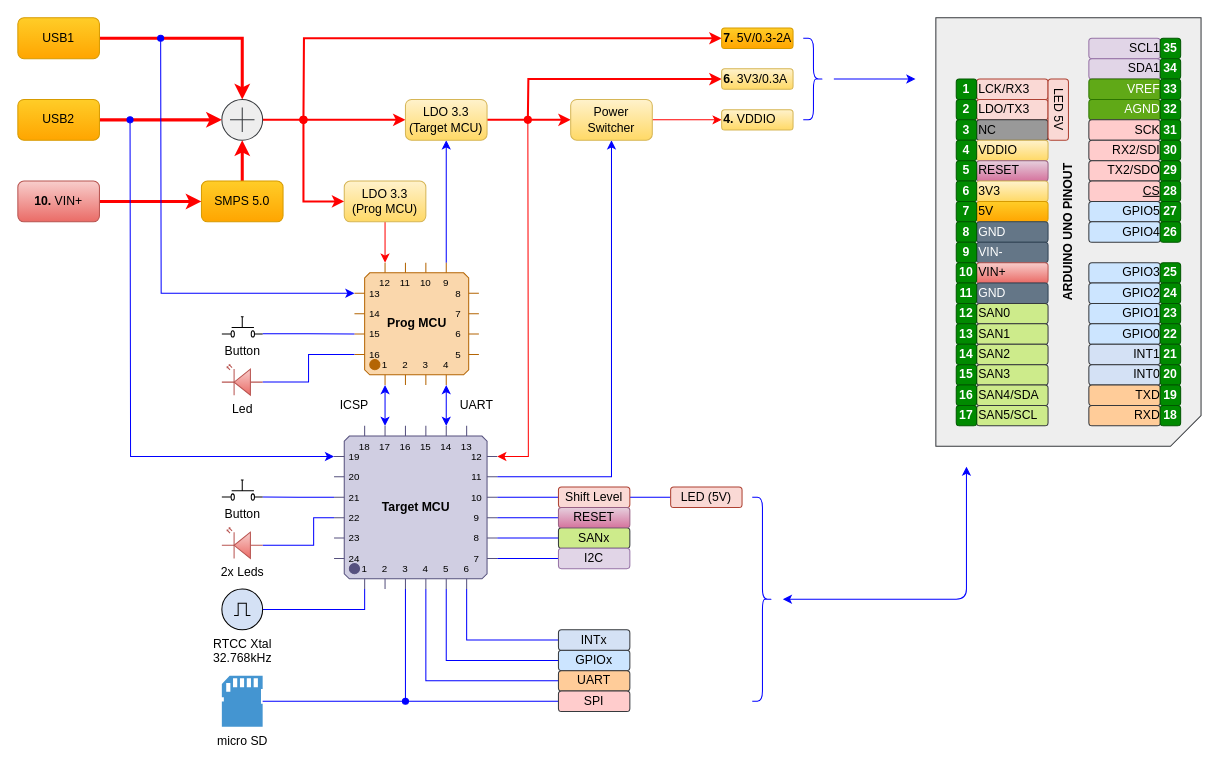
The draw.io diagram page "Diagram" (1 of 2) of Docs/PIC32DevKit Diagram.drawio in sampidevkit/PIC32DevKit, before the edit. Source tidied: cells renumbered, new cells numbered last; positions are measured from the earlier drawing's top-left corner, leaving out a move shared by most shapes. Both pictures are drawn from the tidied source at 102%, with x=0, y=0 at pixel (17, 17).
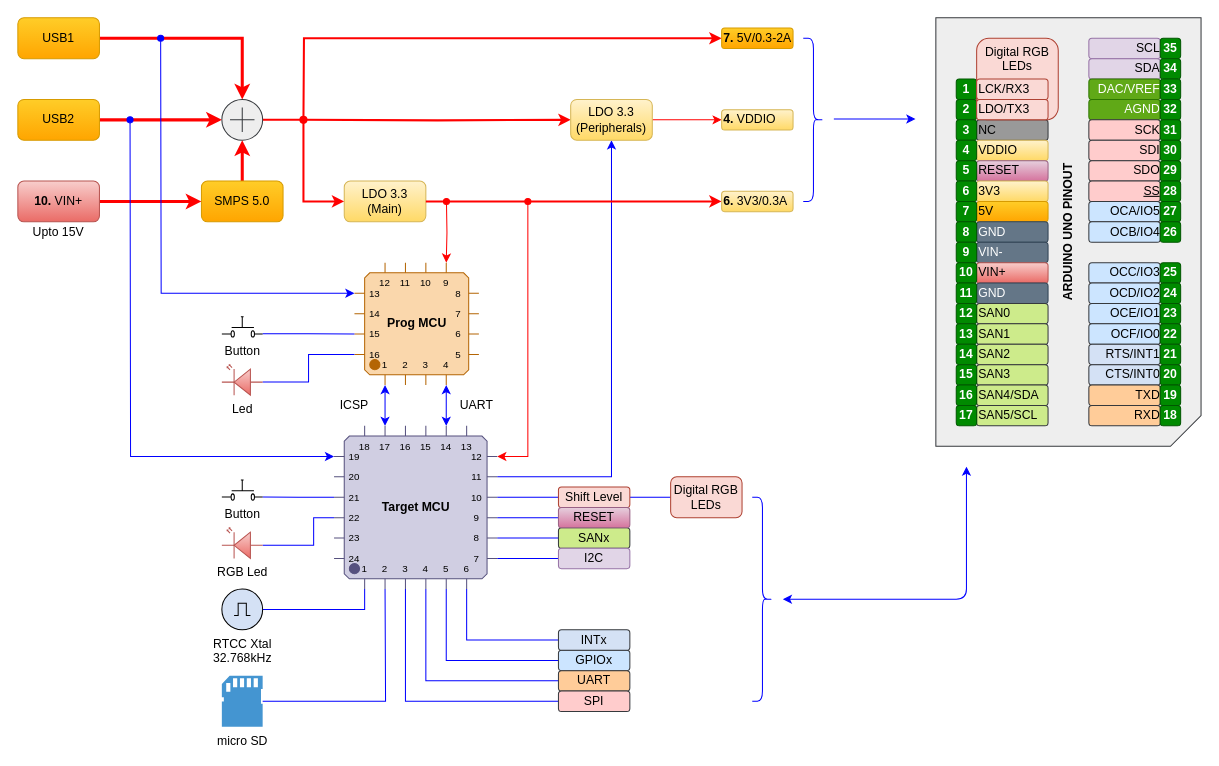
The same page after the edit.

Unchanged cells that the change refers to:
```xml
<mxCell id="14" value="Prog MCU" style="shadow=0;dashed=0;align=center;html=1;strokeWidth=1;shape=mxgraph.electrical.logic_gates.qfp_ic;labelNames=a,b,c,d,e,f,g,h,i,j,k,l,m,n,o,p,q,r,s,t,u,v,w,x,y,z,a1,b1,c1,d1,e1,f1,g1,h1,i1,j1,k1,l1,m1,n1;fillColor=#fad7ac;strokeColor=#b46504;fontStyle=1;" parent="1" vertex="1">
  <mxGeometry x="330" y="240" width="122" height="120" as="geometry" />
</mxCell>
<mxCell id="30" value="Target MCU" style="shadow=0;dashed=0;align=center;html=1;strokeWidth=1;shape=mxgraph.electrical.logic_gates.qfp_ic;labelNames=a,b,c,d,e,f,g,h,i,j,k,l,m,n,o,p,q,r,s,t,u,v,w,x,y,z,a1,b1,c1,d1,e1,f1,g1,h1,i1,j1,k1,l1,m1,n1;fillColor=#d0cee2;strokeColor=#56517e;fontStyle=1;" parent="1" vertex="1">
  <mxGeometry x="310" y="400" width="160" height="160" as="geometry" />
</mxCell>
<mxCell id="36" value="micro SD" style="shadow=0;dashed=0;html=1;strokeColor=none;fillColor=#4495D1;labelPosition=center;verticalLabelPosition=bottom;verticalAlign=top;align=center;outlineConnect=0;shape=mxgraph.veeam.sd_card;" parent="1" vertex="1">
  <mxGeometry x="200" y="645" width="40" height="50" as="geometry" />
</mxCell>
```

What changed in the source:
```diff
@@
-    <mxCell id="10" style="edgeStyle=orthogonalEdgeStyle;rounded=0;jettySize=auto;html=1;entryX=0;entryY=0;entryDx=30;entryDy=0;entryPerimeter=0;fontColor=#000000;startArrow=none;startFill=0;endArrow=classic;endFill=1;strokeColor=#FF0000;strokeWidth=1;" parent="1" edge="1" source="11" target="14">
-      <mxGeometry relative="1" as="geometry" />
-    </mxCell>
-    <mxCell id="11" value="LDO 3.3&lt;br&gt;(Prog MCU)" style="rounded=1;whiteSpace=wrap;html=1;fillColor=#fff2cc;strokeColor=#d6b656;gradientColor=#ffd966;" parent="1" vertex="1">
+    <mxCell id="11" value="LDO 3.3&lt;br&gt;(Main)" style="rounded=1;whiteSpace=wrap;html=1;fillColor=#fff2cc;strokeColor=#d6b656;gradientColor=#ffd966;" parent="1" vertex="1">
       <mxGeometry x="320" y="160" width="80" height="40" as="geometry" />
     </mxCell>
-    <mxCell id="12" style="edgeStyle=orthogonalEdgeStyle;rounded=0;jettySize=auto;html=1;exitX=0;exitY=0;exitDx=90;exitDy=0;exitPerimeter=0;entryX=0.5;entryY=1;entryDx=0;entryDy=0;fontColor=#000000;startArrow=none;startFill=0;endArrow=classic;endFill=1;strokeWidth=1;strokeColor=#0000FF;" parent="1" edge="1" source="14" target="41">
-      <mxGeometry relative="1" as="geometry" />
-    </mxCell>
@@
+    <mxCell id="141" style="edgeStyle=orthogonalEdgeStyle;rounded=0;jettySize=auto;html=1;exitX=0;exitY=0;exitDx=90;exitDy=0;exitPerimeter=0;startArrow=oval;startFill=1;entryX=0;entryY=0;entryDx=90;entryDy=0;entryPerimeter=0;strokeColor=#FF0000;" parent="1" edge="1" target="14">
+      <mxGeometry relative="1" as="geometry">
+        <mxPoint x="420.2" y="180" as="sourcePoint" />
+      </mxGeometry>
+    </mxCell>
@@
-    <mxCell id="18" style="edgeStyle=orthogonalEdgeStyle;rounded=0;jettySize=auto;html=1;exitX=1;exitY=0;exitDx=0;exitDy=30;exitPerimeter=0;fontColor=#000000;startArrow=classic;startFill=1;endArrow=none;endFill=0;strokeWidth=1;strokeColor=#FF0000;" parent="1" edge="1" source="30">
+    <mxCell id="18" style="edgeStyle=orthogonalEdgeStyle;rounded=0;jettySize=auto;html=1;exitX=1;exitY=0;exitDx=0;exitDy=30;exitPerimeter=0;fontColor=#000000;startArrow=classic;startFill=1;endArrow=oval;endFill=1;strokeWidth=1;strokeColor=#FF0000;" parent="1" edge="1" source="30">
       <mxGeometry relative="1" as="geometry">
-        <mxPoint x="500" y="101.4" as="targetPoint" />
+        <mxPoint x="500" y="180" as="targetPoint" />
+        <Array as="points">
+          <mxPoint x="500" y="430" />
+          <mxPoint x="500" y="180" />
+        </Array>
       </mxGeometry>
     </mxCell>
@@
-    <mxCell id="35" style="edgeStyle=orthogonalEdgeStyle;rounded=0;jettySize=auto;html=1;fontSize=12;fontColor=#000000;startArrow=none;startFill=0;endArrow=oval;endFill=1;strokeColor=#0000FF;strokeWidth=1;" parent="1" edge="1" source="36">
+    <mxCell id="35" style="edgeStyle=orthogonalEdgeStyle;rounded=0;jettySize=auto;html=1;fontSize=12;fontColor=#000000;startArrow=none;startFill=0;endArrow=none;endFill=0;strokeColor=#0000FF;strokeWidth=1;" parent="1" edge="1" source="36">
       <mxGeometry relative="1" as="geometry">
-        <mxPoint x="380" y="670" as="targetPoint" />
+        <mxPoint x="360" y="560" as="targetPoint" />
       </mxGeometry>
     </mxCell>
@@
-    <mxCell id="39" style="edgeStyle=orthogonalEdgeStyle;rounded=0;jettySize=auto;html=1;fontColor=#000000;startArrow=oval;startFill=1;strokeWidth=2;strokeColor=#FF0000;" parent="1" edge="1" target="41">
-      <mxGeometry relative="1" as="geometry">
-        <mxPoint x="280" y="100" as="sourcePoint" />
-        <Array as="points">
-          <mxPoint x="280" y="100" />
-        </Array>
-      </mxGeometry>
-    </mxCell>
-    <mxCell id="40" style="edgeStyle=orthogonalEdgeStyle;rounded=0;jettySize=auto;html=1;entryX=0;entryY=0.5;entryDx=0;entryDy=0;fontColor=#000000;strokeWidth=2;strokeColor=#FF0000;" parent="1" edge="1" source="41" target="43">
-      <mxGeometry relative="1" as="geometry" />
+    <mxCell id="40" style="edgeStyle=orthogonalEdgeStyle;rounded=0;jettySize=auto;html=1;entryX=0;entryY=0.5;entryDx=0;entryDy=0;fontColor=#000000;strokeWidth=2;strokeColor=#FF0000;" parent="1" edge="1" target="43">
+      <mxGeometry relative="1" as="geometry">
+        <mxPoint x="280" y="100" as="sourcePoint" />
+      </mxGeometry>
     </mxCell>
-    <mxCell id="41" value="LDO 3.3&lt;br&gt;(Target MCU)" style="rounded=1;whiteSpace=wrap;html=1;fillColor=#fff2cc;strokeColor=#d6b656;gradientColor=#ffd966;" parent="1" vertex="1">
-      <mxGeometry x="380" y="80" width="80" height="40" as="geometry" />
-    </mxCell>
@@
-    <mxCell id="43" value="Power&lt;br&gt;Switcher" style="rounded=1;whiteSpace=wrap;html=1;fillColor=#fff2cc;strokeColor=#d6b656;gradientColor=#ffd966;" parent="1" vertex="1">
+    <mxCell id="43" value="LDO 3.3&lt;br&gt;(Peripherals)" style="rounded=1;whiteSpace=wrap;html=1;fillColor=#fff2cc;strokeColor=#d6b656;gradientColor=#ffd966;" parent="1" vertex="1">
       <mxGeometry x="542" y="80" width="80" height="40" as="geometry" />
     </mxCell>
@@
-    <mxCell id="45" style="edgeStyle=orthogonalEdgeStyle;rounded=0;jettySize=auto;html=1;fontColor=#000000;endArrow=oval;endFill=1;startArrow=classic;startFill=1;strokeWidth=2;strokeColor=#FF0000;" parent="1" edge="1" source="46">
-      <mxGeometry relative="1" as="geometry">
-        <mxPoint x="500" y="100" as="targetPoint" />
-      </mxGeometry>
+    <mxCell id="45" style="edgeStyle=orthogonalEdgeStyle;rounded=0;jettySize=auto;html=1;fontColor=#000000;endArrow=none;endFill=0;startArrow=classic;startFill=1;strokeWidth=2;strokeColor=#FF0000;entryX=1;entryY=0.5;entryDx=0;entryDy=0;" parent="1" edge="1" source="46" target="11">
+      <mxGeometry relative="1" as="geometry" />
     </mxCell>
     <mxCell id="46" value="&lt;b&gt;6. &lt;/b&gt;3V3/0.3A" style="rounded=1;whiteSpace=wrap;html=1;textDirection=ltr;align=left;fillColor=#fff2cc;strokeColor=#d6b656;gradientColor=#ffd966;" parent="1" vertex="1">
-      <mxGeometry x="690" y="50" width="70" height="20" as="geometry" />
+      <mxGeometry x="690" y="170" width="70" height="20" as="geometry" />
     </mxCell>
@@
-    <mxCell id="50" value="2x Leds" style="verticalLabelPosition=bottom;shadow=0;dashed=0;align=center;html=1;verticalAlign=top;shape=mxgraph.electrical.opto_electronics.led_2;gradientColor=#ea6b66;fillColor=#f8cecc;strokeColor=#b85450;flipH=1;" parent="1" vertex="1">
+    <mxCell id="50" value="RGB Led" style="verticalLabelPosition=bottom;shadow=0;dashed=0;align=center;html=1;verticalAlign=top;shape=mxgraph.electrical.opto_electronics.led_2;gradientColor=#ea6b66;fillColor=#f8cecc;strokeColor=#b85450;flipH=1;" parent="1" vertex="1">
       <mxGeometry x="200" y="500" width="40" height="30" as="geometry" />
     </mxCell>
@@
-    <mxCell id="55" value="LCK/RX3" style="rounded=1;whiteSpace=wrap;html=1;textDirection=ltr;align=left;fillColor=#fad9d5;strokeColor=#ae4132;" parent="1" vertex="1">
-      <mxGeometry x="940" y="60" width="70" height="20" as="geometry" />
-    </mxCell>
-    <mxCell id="56" value="LDO/TX3" style="rounded=1;whiteSpace=wrap;html=1;textDirection=ltr;align=left;fillColor=#fad9d5;strokeColor=#ae4132;" parent="1" vertex="1">
-      <mxGeometry x="940" y="80" width="70" height="20" as="geometry" />
-    </mxCell>
@@
-    <mxCell id="72" value="GPIO3" style="rounded=1;whiteSpace=wrap;html=1;align=left;textDirection=rtl;fillColor=#cce5ff;strokeColor=#36393d;" parent="1" vertex="1">
+    <mxCell id="72" value="OCC/IO3" style="rounded=1;whiteSpace=wrap;html=1;align=left;textDirection=rtl;fillColor=#cce5ff;strokeColor=#36393d;" parent="1" vertex="1">
       <mxGeometry x="1050" y="240" width="70" height="20" as="geometry" />
     </mxCell>
-    <mxCell id="73" value="GPIO2" style="rounded=1;whiteSpace=wrap;html=1;align=left;textDirection=rtl;fillColor=#cce5ff;strokeColor=#36393d;" parent="1" vertex="1">
+    <mxCell id="73" value="OCD/IO2" style="rounded=1;whiteSpace=wrap;html=1;align=left;textDirection=rtl;fillColor=#cce5ff;strokeColor=#36393d;" parent="1" vertex="1">
       <mxGeometry x="1050" y="260" width="70" height="20" as="geometry" />
     </mxCell>
-    <mxCell id="74" value="GPIO1" style="rounded=1;whiteSpace=wrap;html=1;align=left;textDirection=rtl;fillColor=#cce5ff;strokeColor=#36393d;" parent="1" vertex="1">
+    <mxCell id="74" value="OCE/IO1" style="rounded=1;whiteSpace=wrap;html=1;align=left;textDirection=rtl;fillColor=#cce5ff;strokeColor=#36393d;" parent="1" vertex="1">
       <mxGeometry x="1050" y="280" width="70" height="20" as="geometry" />
     </mxCell>
-    <mxCell id="75" value="&lt;span&gt;GPIO0&lt;/span&gt;" style="rounded=1;whiteSpace=wrap;html=1;align=left;textDirection=rtl;fillColor=#cce5ff;strokeColor=#36393d;" parent="1" vertex="1">
+    <mxCell id="75" value="&lt;span&gt;OCF/IO0&lt;/span&gt;" style="rounded=1;whiteSpace=wrap;html=1;align=left;textDirection=rtl;fillColor=#cce5ff;strokeColor=#36393d;" parent="1" vertex="1">
       <mxGeometry x="1050" y="300" width="70" height="20" as="geometry" />
     </mxCell>
-    <mxCell id="76" value="INT1" style="rounded=1;whiteSpace=wrap;html=1;align=left;textDirection=rtl;strokeColor=#36393d;fillColor=#D4E1F5;" parent="1" vertex="1">
+    <mxCell id="76" value="RTS/INT1" style="rounded=1;whiteSpace=wrap;html=1;align=left;textDirection=rtl;strokeColor=#36393d;fillColor=#D4E1F5;" parent="1" vertex="1">
       <mxGeometry x="1050" y="320" width="70" height="20" as="geometry" />
     </mxCell>
-    <mxCell id="77" value="INT0" style="rounded=1;whiteSpace=wrap;html=1;align=left;textDirection=rtl;strokeColor=#36393d;fillColor=#D4E1F5;" parent="1" vertex="1">
+    <mxCell id="77" value="CTS/INT0" style="rounded=1;whiteSpace=wrap;html=1;align=left;textDirection=rtl;strokeColor=#36393d;fillColor=#D4E1F5;" parent="1" vertex="1">
       <mxGeometry x="1050" y="340" width="70" height="20" as="geometry" />
     </mxCell>
@@
-    <mxCell id="80" value="SCL1" style="rounded=1;whiteSpace=wrap;html=1;align=left;textDirection=rtl;fillColor=#e1d5e7;strokeColor=#9673a6;" parent="1" vertex="1">
+    <mxCell id="80" value="SCL" style="rounded=1;whiteSpace=wrap;html=1;align=left;textDirection=rtl;fillColor=#e1d5e7;strokeColor=#9673a6;" parent="1" vertex="1">
       <mxGeometry x="1050" y="20" width="70" height="20" as="geometry" />
     </mxCell>
-    <mxCell id="81" value="SDA1" style="rounded=1;whiteSpace=wrap;html=1;align=left;textDirection=rtl;fillColor=#e1d5e7;strokeColor=#9673a6;" parent="1" vertex="1">
+    <mxCell id="81" value="SDA" style="rounded=1;whiteSpace=wrap;html=1;align=left;textDirection=rtl;fillColor=#e1d5e7;strokeColor=#9673a6;" parent="1" vertex="1">
       <mxGeometry x="1050" y="40" width="70" height="20" as="geometry" />
     </mxCell>
-    <mxCell id="82" value="VREF" style="rounded=1;whiteSpace=wrap;html=1;align=left;textDirection=rtl;fillColor=#60a917;strokeColor=#2D7600;fontColor=#ffffff;" parent="1" vertex="1">
+    <mxCell id="82" value="DAC/VREF" style="rounded=1;whiteSpace=wrap;html=1;align=left;textDirection=rtl;fillColor=#60a917;strokeColor=#2D7600;fontColor=#ffffff;" parent="1" vertex="1">
       <mxGeometry x="1050" y="60" width="70" height="20" as="geometry" />
     </mxCell>
@@
-    <mxCell id="85" value="RX2/SDI" style="rounded=1;whiteSpace=wrap;html=1;align=left;textDirection=rtl;fillColor=#ffcccc;strokeColor=#36393d;" parent="1" vertex="1">
+    <mxCell id="85" value="SDI" style="rounded=1;whiteSpace=wrap;html=1;align=left;textDirection=rtl;fillColor=#ffcccc;strokeColor=#36393d;" parent="1" vertex="1">
       <mxGeometry x="1050" y="120" width="70" height="20" as="geometry" />
     </mxCell>
-    <mxCell id="86" value="TX2/SDO" style="rounded=1;whiteSpace=wrap;html=1;align=left;textDirection=rtl;fillColor=#ffcccc;strokeColor=#36393d;" parent="1" vertex="1">
+    <mxCell id="86" value="SDO" style="rounded=1;whiteSpace=wrap;html=1;align=left;textDirection=rtl;fillColor=#ffcccc;strokeColor=#36393d;" parent="1" vertex="1">
       <mxGeometry x="1050" y="140" width="70" height="20" as="geometry" />
     </mxCell>
-    <mxCell id="87" value="&lt;u&gt;CS&lt;/u&gt;" style="rounded=1;whiteSpace=wrap;html=1;align=left;textDirection=rtl;fillColor=#ffcccc;strokeColor=#36393d;" parent="1" vertex="1">
+    <mxCell id="87" value="&lt;u&gt;SS&lt;/u&gt;" style="rounded=1;whiteSpace=wrap;html=1;align=left;textDirection=rtl;fillColor=#ffcccc;strokeColor=#36393d;" parent="1" vertex="1">
       <mxGeometry x="1050" y="160" width="70" height="20" as="geometry" />
     </mxCell>
-    <mxCell id="88" value="GPIO5" style="rounded=1;whiteSpace=wrap;html=1;align=left;textDirection=rtl;fillColor=#cce5ff;strokeColor=#36393d;" parent="1" vertex="1">
+    <mxCell id="88" value="OCA/IO5" style="rounded=1;whiteSpace=wrap;html=1;align=left;textDirection=rtl;fillColor=#cce5ff;strokeColor=#36393d;" parent="1" vertex="1">
       <mxGeometry x="1050" y="180" width="70" height="20" as="geometry" />
     </mxCell>
-    <mxCell id="89" value="GPIO4" style="rounded=1;whiteSpace=wrap;html=1;align=left;textDirection=rtl;fillColor=#cce5ff;strokeColor=#36393d;" parent="1" vertex="1">
+    <mxCell id="89" value="OCB/IO4" style="rounded=1;whiteSpace=wrap;html=1;align=left;textDirection=rtl;fillColor=#cce5ff;strokeColor=#36393d;" parent="1" vertex="1">
       <mxGeometry x="1050" y="200" width="70" height="20" as="geometry" />
     </mxCell>
@@
-    <mxCell id="135" value="LED (5V)" style="rounded=1;whiteSpace=wrap;html=1;textDirection=ltr;align=center;fillColor=#fad9d5;strokeColor=#ae4132;" parent="1" vertex="1">
-      <mxGeometry x="640" y="460" width="70" height="20" as="geometry" />
+    <mxCell id="135" value="Digital RGB LEDs" style="rounded=1;whiteSpace=wrap;html=1;textDirection=ltr;align=center;fillColor=#fad9d5;strokeColor=#ae4132;" parent="1" vertex="1">
+      <mxGeometry x="640" y="450" width="70" height="40" as="geometry" />
     </mxCell>
-    <mxCell id="136" value="LED 5V" style="rounded=1;whiteSpace=wrap;html=1;textDirection=ltr;align=center;fillColor=#fad9d5;strokeColor=#ae4132;rotation=90;" parent="1" vertex="1">
-      <mxGeometry x="990" y="80" width="60" height="20" as="geometry" />
-    </mxCell>
@@
     <mxCell id="139" style="edgeStyle=orthogonalEdgeStyle;rounded=0;orthogonalLoop=1;jettySize=auto;html=1;fontColor=#0000FF;strokeColor=#0000FF;" parent="1" edge="1">
       <mxGeometry relative="1" as="geometry">
-        <mxPoint x="800" y="60" as="sourcePoint" />
-        <mxPoint x="880" y="60" as="targetPoint" />
+        <mxPoint x="800" y="99.2" as="sourcePoint" />
+        <mxPoint x="880" y="99.2" as="targetPoint" />
       </mxGeometry>
     </mxCell>
     <mxCell id="140" style="shape=curlyBracket;whiteSpace=wrap;html=1;rounded=1;flipH=1;fontSize=12;fontColor=#000000;strokeWidth=1;align=center;fillColor=#0000FF;strokeColor=#0000FF;" parent="1" vertex="1">
-      <mxGeometry x="770" y="20" width="20" height="80" as="geometry" />
+      <mxGeometry x="770" y="20" width="20" height="160" as="geometry" />
     </mxCell>
+    <mxCell id="142" value="Upto 15V" style="text;html=1;strokeColor=none;fillColor=none;align=center;verticalAlign=middle;whiteSpace=wrap;rounded=0;" parent="1" vertex="1">
+      <mxGeometry x="10" y="200" width="60" height="20" as="geometry" />
+    </mxCell>
+    <mxCell id="136" value="Digital RGB&lt;br&gt;LEDs" style="rounded=1;whiteSpace=wrap;html=1;textDirection=ltr;align=center;fillColor=#fad9d5;strokeColor=#ae4132;rotation=0;direction=east;labelPosition=center;verticalLabelPosition=middle;verticalAlign=top;" parent="1" vertex="1">
+      <mxGeometry x="940" y="20" width="80" height="80" as="geometry" />
+    </mxCell>
+    <mxCell id="55" value="LCK/RX3" style="rounded=1;whiteSpace=wrap;html=1;textDirection=ltr;align=left;fillColor=#fad9d5;strokeColor=#ae4132;" parent="1" vertex="1">
+      <mxGeometry x="940" y="60" width="70" height="20" as="geometry" />
+    </mxCell>
+    <mxCell id="56" value="LDO/TX3" style="rounded=1;whiteSpace=wrap;html=1;textDirection=ltr;align=left;fillColor=#fad9d5;strokeColor=#ae4132;" parent="1" vertex="1">
+      <mxGeometry x="940" y="80" width="70" height="20" as="geometry" />
+    </mxCell>
```
